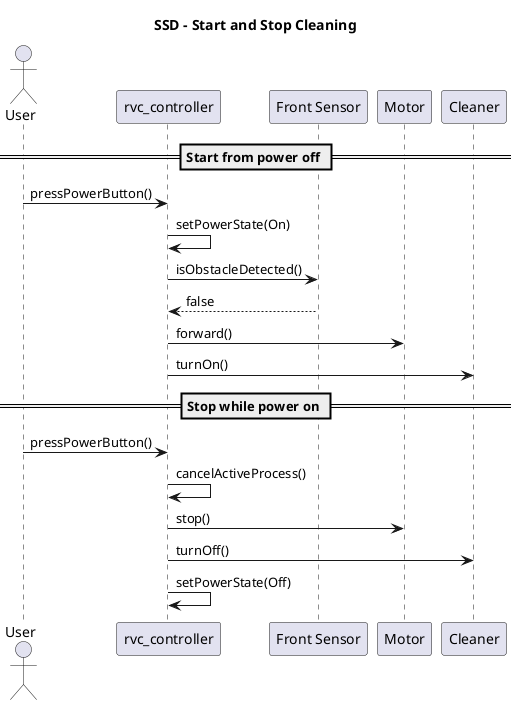
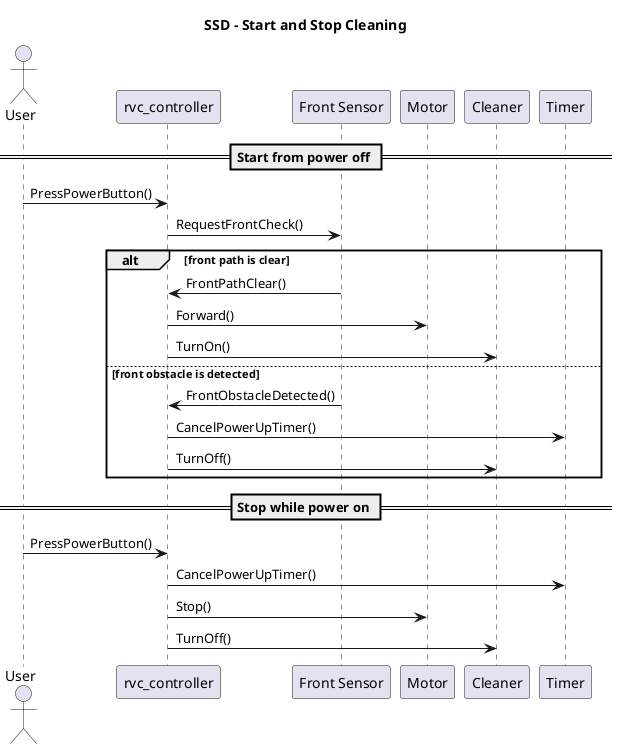
@startuml
title SSD - Start and Stop Cleaning

actor User
participant "rvc_controller" as Controller
participant "Front Sensor" as FrontSensor
participant Motor
participant Cleaner
+ participant Timer

== Start from power off ==
- User -> Controller: pressPowerButton()
- Controller -> Controller: setPowerState(On)
- Controller -> FrontSensor: isObstacleDetected()
- FrontSensor --> Controller: false
- Controller -> Motor: forward()
- Controller -> Cleaner: turnOn()
+ User -> Controller: PressPowerButton()
+ Controller -> FrontSensor: RequestFrontCheck()
+ 
+ alt front path is clear
+   FrontSensor -> Controller: FrontPathClear()
+   Controller -> Motor: Forward()
+   Controller -> Cleaner: TurnOn()
+ else front obstacle is detected
+   FrontSensor -> Controller: FrontObstacleDetected()
+   Controller -> Timer: CancelPowerUpTimer()
+   Controller -> Cleaner: TurnOff()
+ end

== Stop while power on ==
- User -> Controller: pressPowerButton()
- Controller -> Controller: cancelActiveProcess()
- Controller -> Motor: stop()
- Controller -> Cleaner: turnOff()
- Controller -> Controller: setPowerState(Off)
+ User -> Controller: PressPowerButton()
+ Controller -> Timer: CancelPowerUpTimer()
+ Controller -> Motor: Stop()
+ Controller -> Cleaner: TurnOff()
@enduml
